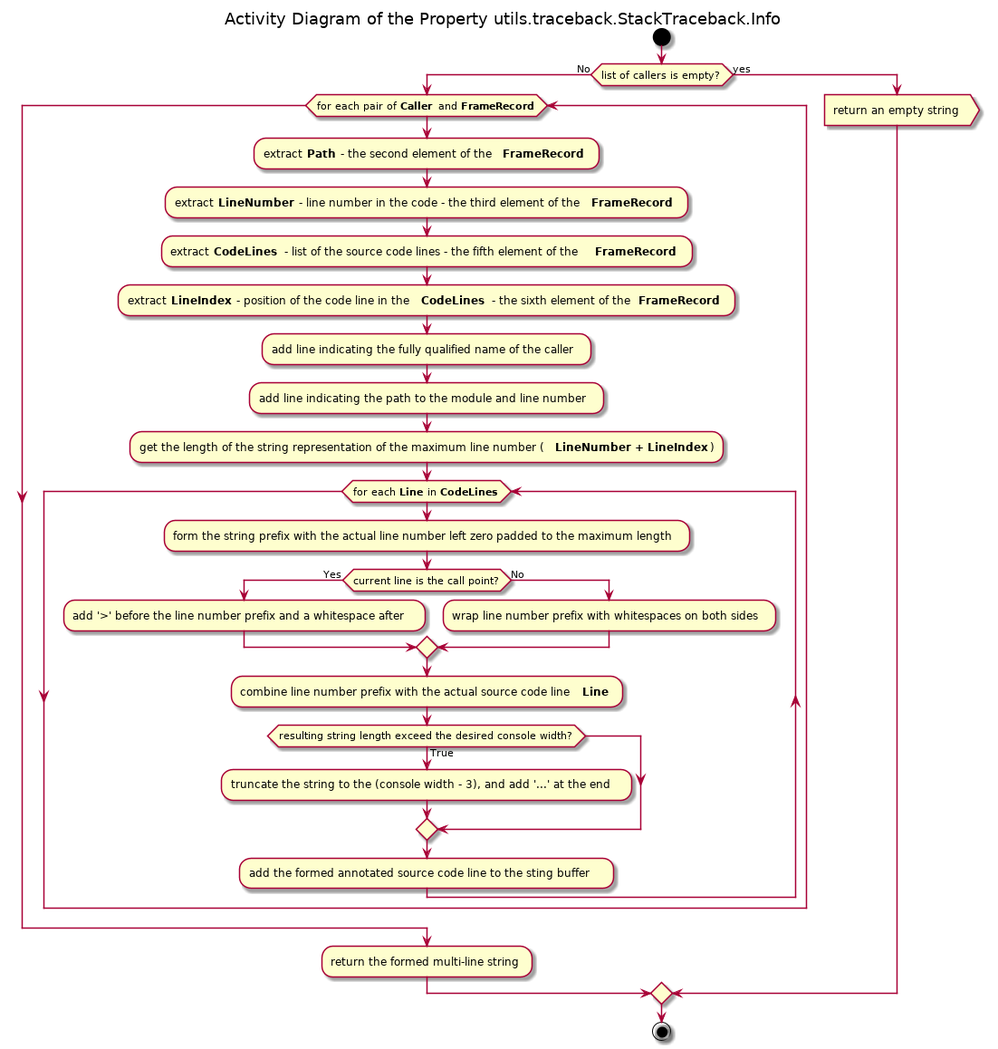
Above: Docs/UML/utils/traceback_py/StackTraceback.Info Property Activity.png in FooBarShebang/pos (PlantUML), before the change.
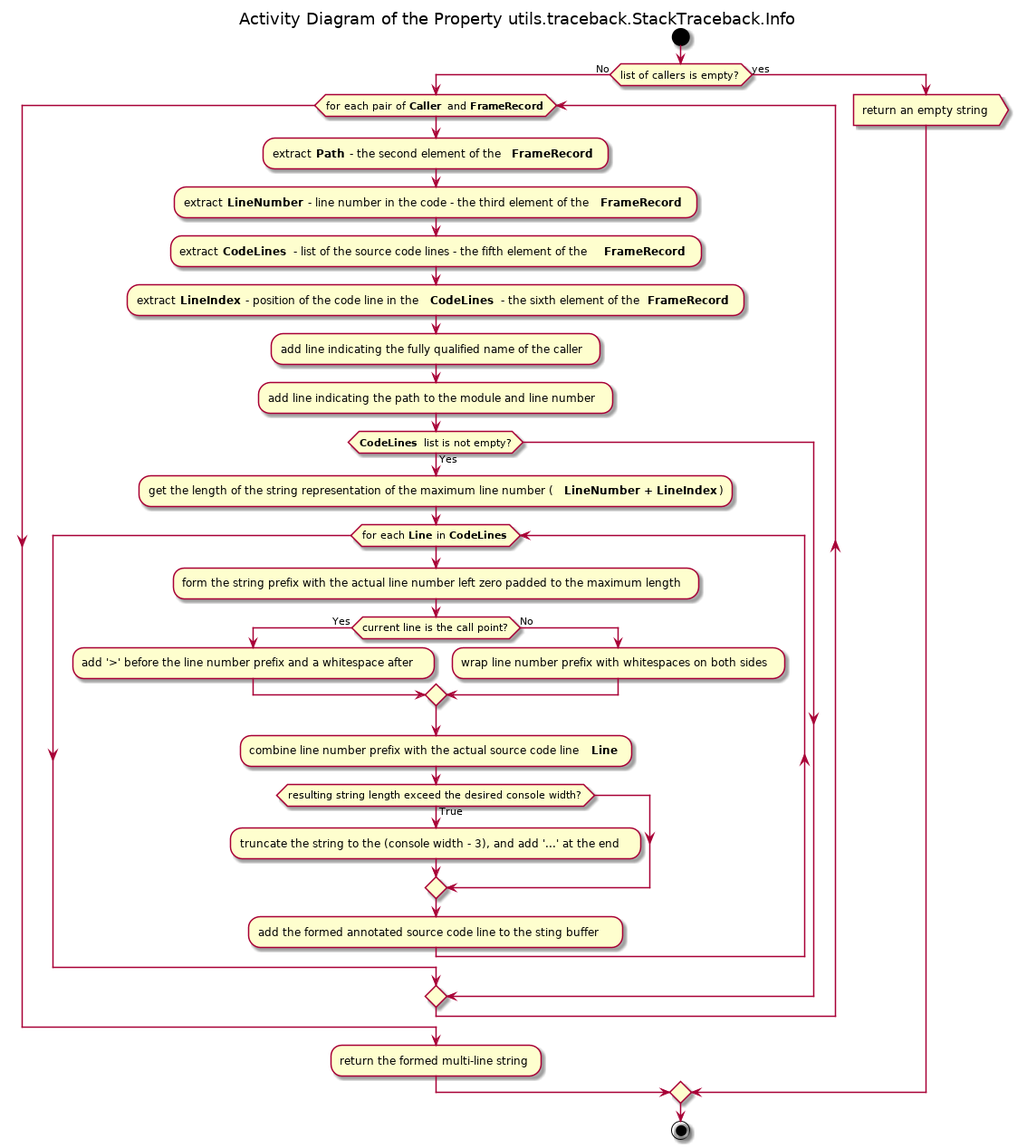
The same diagram one commit later.

What changed in the source:
```diff
@@ -18,6 +18,7 @@
 
         :add line indicating the path to the module and line number;
 
+        if (<b>CodeLines</b> list is not empty?) then (Yes)
         :get the length of the string representation of the maximum line number (<b>LineNumber + LineIndex</b>);
 
         while (for each <b>Line</b> in <b>CodeLines</b>)
@@ -37,6 +38,7 @@
 
             :add the formed annotated source code line to the sting buffer;
         end while
+        endif
     end while
 
     :return the formed multi-line string;
```
